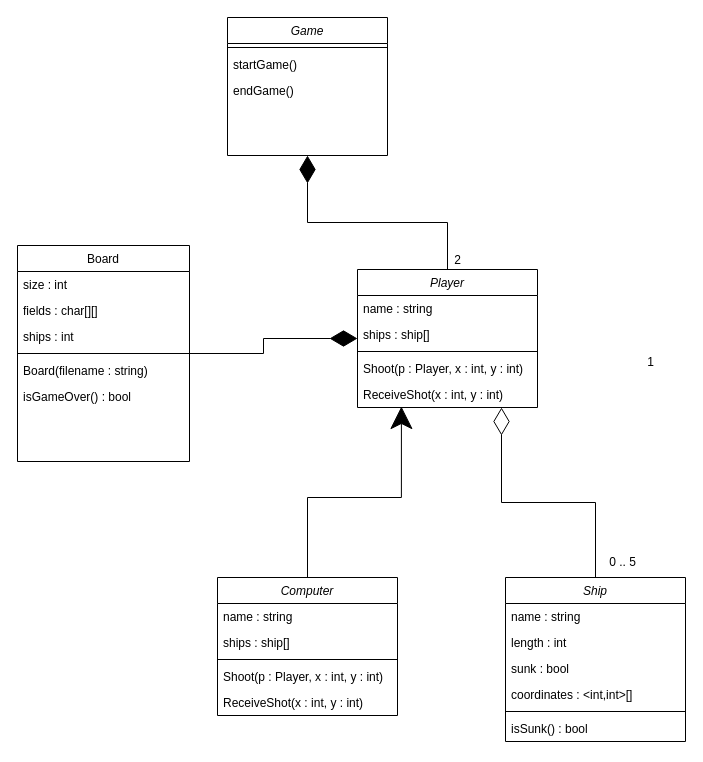
Earlier version of the draw.io diagram Battleships.drawio (szalaizsolt/feb17). Source tidied: cells renumbered, new cells numbered last; positions are measured from the earlier drawing's top-left corner, leaving out a move shared by most shapes. Both pictures are drawn from the tidied source at 100%, with x=0, y=0 at pixel (17, 17).
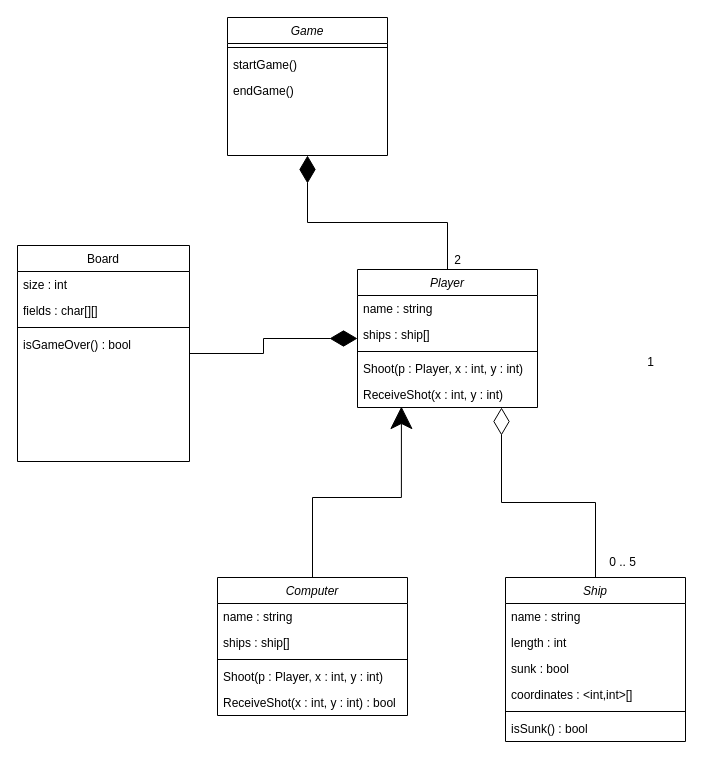
Above is the later version.

The change refers to these unchanged cells:
```xml
<mxCell id="10" value="Board" style="swimlane;fontStyle=0;align=center;verticalAlign=top;horizontal=1;startSize=26;rounded=0;shadow=0;strokeWidth=1;" parent="1" vertex="1">
  <mxGeometry y="228" width="172" height="216" as="geometry" />
</mxCell>
```

Diff of the diagram source:
```diff
@@
-    <mxCell id="13" value="ships : int" style="text;align=left;verticalAlign=top;spacingLeft=4;spacingRight=4;overflow=hidden;rounded=0;shadow=0;html=0;" parent="10" vertex="1">
-      <mxGeometry y="78" width="172" height="26" as="geometry" />
-    </mxCell>
     <mxCell id="14" style="line;html=1;strokeWidth=1;align=left;verticalAlign=middle;spacingTop=-1;spacingLeft=3;spacingRight=3;labelPosition=right;" parent="10" vertex="1">
-      <mxGeometry y="104" width="172" height="8" as="geometry" />
+      <mxGeometry y="78" width="172" height="8" as="geometry" />
     </mxCell>
-    <mxCell id="15" value="Board(filename : string)" style="text;align=left;verticalAlign=top;spacingLeft=4;spacingRight=4;overflow=hidden;" parent="10" vertex="1">
-      <mxGeometry y="112" width="172" height="26" as="geometry" />
-    </mxCell>
     <mxCell id="16" value="isGameOver() : bool" style="text;align=left;verticalAlign=top;spacingLeft=4;spacingRight=4;overflow=hidden;" parent="10" vertex="1">
-      <mxGeometry y="138" width="172" height="26" as="geometry" />
+      <mxGeometry y="86" width="172" height="26" as="geometry" />
     </mxCell>
@@
     <mxCell id="33" value="Computer" style="swimlane;fontStyle=2;align=center;verticalAlign=top;horizontal=1;startSize=26;rounded=0;shadow=0;strokeWidth=1;" parent="1" vertex="1">
-      <mxGeometry x="200" y="560" width="180" height="138" as="geometry" />
+      <mxGeometry x="200" y="560" width="190" height="138" as="geometry" />
     </mxCell>
     <mxCell id="34" value="name : string" style="text;align=left;verticalAlign=top;spacingLeft=4;spacingRight=4;overflow=hidden;" parent="33" vertex="1">
-      <mxGeometry y="26" width="180" height="26" as="geometry" />
+      <mxGeometry y="26" width="190" height="26" as="geometry" />
     </mxCell>
     <mxCell id="35" value="ships : ship[]" style="text;align=left;verticalAlign=top;spacingLeft=4;spacingRight=4;overflow=hidden;" parent="33" vertex="1">
-      <mxGeometry y="52" width="180" height="26" as="geometry" />
+      <mxGeometry y="52" width="190" height="26" as="geometry" />
     </mxCell>
     <mxCell id="36" style="line;html=1;strokeWidth=1;align=left;verticalAlign=middle;spacingTop=-1;spacingLeft=3;spacingRight=3;labelPosition=right;" parent="33" vertex="1">
-      <mxGeometry y="78" width="180" height="8" as="geometry" />
+      <mxGeometry y="78" width="190" height="8" as="geometry" />
     </mxCell>
     <mxCell id="37" value="Shoot(p : Player, x : int, y : int)" style="text;align=left;verticalAlign=top;spacingLeft=4;spacingRight=4;overflow=hidden;" parent="33" vertex="1">
-      <mxGeometry y="86" width="180" height="26" as="geometry" />
+      <mxGeometry y="86" width="190" height="26" as="geometry" />
     </mxCell>
-    <mxCell id="38" value="ReceiveShot(x : int, y : int)" style="text;align=left;verticalAlign=top;spacingLeft=4;spacingRight=4;overflow=hidden;" parent="33" vertex="1">
-      <mxGeometry y="112" width="180" height="26" as="geometry" />
+    <mxCell id="38" value="ReceiveShot(x : int, y : int) : bool" style="text;align=left;verticalAlign=top;spacingLeft=4;spacingRight=4;overflow=hidden;" parent="33" vertex="1">
+      <mxGeometry y="112" width="190" height="26" as="geometry" />
     </mxCell>
```
